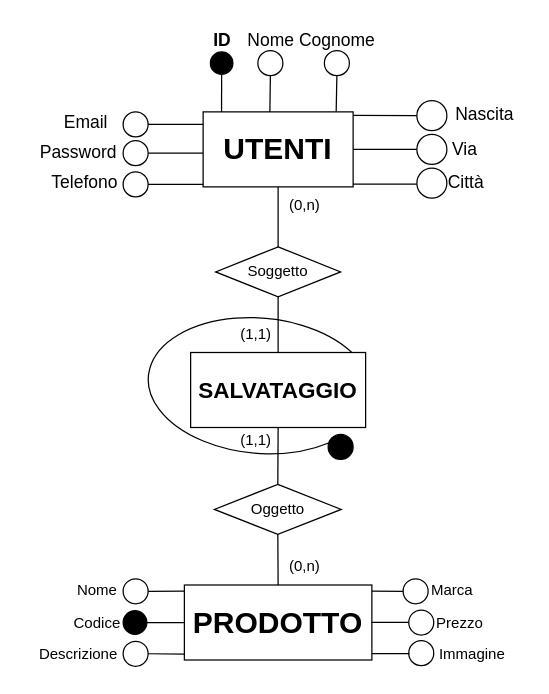
Earlier version of the draw.io diagram Diagramma E-R Database/Zanini_Nathan_Diagramma_E-R_Database_Ristrutturato.drawio (5GI-Zanini-Nathan-2023-2024/Tennis.com). Source tidied: cells renumbered, new cells numbered last; positions are measured from the earlier drawing's top-left corner, leaving out a move shared by most shapes. Both pictures are drawn from the tidied source at 125%, with x=0, y=0 at pixel (21, 21).
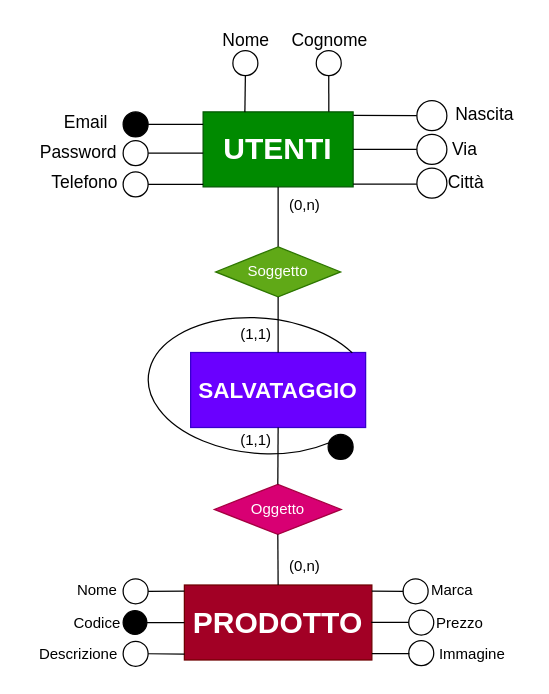
The same diagram, later.

What changed in the source:
```diff
@@
-    <mxCell id="2" value="&lt;b&gt;&lt;font style=&quot;font-size: 24px;&quot;&gt;UTENTI&lt;/font&gt;&lt;/b&gt;" style="rounded=0;whiteSpace=wrap;html=1;" parent="1" vertex="1">
+    <mxCell id="2" value="&lt;b&gt;&lt;font style=&quot;font-size: 24px;&quot;&gt;UTENTI&lt;/font&gt;&lt;/b&gt;" style="rounded=0;whiteSpace=wrap;html=1;fillColor=#008a00;fontColor=#ffffff;strokeColor=#005700;" parent="1" vertex="1">
       <mxGeometry x="145" y="72" width="120" height="60" as="geometry" />
     </mxCell>
-    <mxCell id="3" style="endArrow=none;html=1;rounded=0;entryX=0.5;entryY=1;entryDx=0;entryDy=0;exitX=0.123;exitY=0;exitDx=0;exitDy=0;exitPerimeter=0;" parent="1" edge="1" source="2" target="4">
-      <mxGeometry relative="1" as="geometry" />
-    </mxCell>
-    <mxCell id="4" style="ellipse;whiteSpace=wrap;html=1;fillColor=#000000;" parent="1" vertex="1">
-      <mxGeometry x="150.8" y="24" width="18" height="18" as="geometry" />
-    </mxCell>
-    <mxCell id="5" value="&lt;b&gt;&lt;font style=&quot;font-size: 14px;&quot;&gt;ID&lt;/font&gt;&lt;/b&gt;" style="text;html=1;align=center;verticalAlign=middle;strokeColor=none;fillColor=none;" parent="1" vertex="1">
-      <mxGeometry x="139.8" width="40" height="30" as="geometry" />
-    </mxCell>
     <mxCell id="6" value="&lt;font style=&quot;font-size: 14px;&quot;&gt;Nome&lt;/font&gt;" style="text;html=1;align=center;verticalAlign=middle;strokeColor=none;fillColor=none;" parent="1" vertex="1">
-      <mxGeometry x="168.8" width="60" height="30" as="geometry" />
+      <mxGeometry x="148.8" width="60" height="30" as="geometry" />
     </mxCell>
     <mxCell id="7" value="&lt;font style=&quot;font-size: 14px;&quot;&gt;Cognome&lt;/font&gt;" style="text;html=1;align=center;verticalAlign=middle;strokeColor=none;fillColor=none;" parent="1" vertex="1">
-      <mxGeometry x="212" width="80" height="30" as="geometry" />
+      <mxGeometry x="205.5" width="80" height="30" as="geometry" />
     </mxCell>
@@
-    <mxCell id="14" style="endArrow=none;html=1;rounded=0;exitX=0.887;exitY=-0.005;exitDx=0;exitDy=0;entryX=0.5;entryY=1;entryDx=0;entryDy=0;exitPerimeter=0;" parent="1" edge="1" source="2" target="15">
+    <mxCell id="14" style="endArrow=none;html=1;rounded=0;entryX=0.5;entryY=1;entryDx=0;entryDy=0;exitX=0.838;exitY=-0.001;exitDx=0;exitDy=0;exitPerimeter=0;" parent="1" edge="1" source="2" target="15">
       <mxGeometry relative="1" as="geometry" />
     </mxCell>
     <mxCell id="15" style="ellipse;whiteSpace=wrap;html=1;" parent="1" vertex="1">
-      <mxGeometry x="242" y="23" width="20" height="20" as="geometry" />
+      <mxGeometry x="235.5" y="23" width="20" height="20" as="geometry" />
     </mxCell>
-    <mxCell id="16" style="endArrow=none;html=1;rounded=0;entryX=0.5;entryY=1;entryDx=0;entryDy=0;exitX=0.445;exitY=0.003;exitDx=0;exitDy=0;exitPerimeter=0;" parent="1" edge="1" source="2" target="17">
-      <mxGeometry relative="1" as="geometry" />
+    <mxCell id="16" style="endArrow=none;html=1;rounded=0;entryX=0.5;entryY=1;entryDx=0;entryDy=0;exitX=0.445;exitY=0.003;exitDx=0;exitDy=0;exitPerimeter=0;" parent="1" edge="1" target="17">
+      <mxGeometry relative="1" as="geometry">
+        <mxPoint x="178.4" y="72.2" as="sourcePoint" />
+      </mxGeometry>
     </mxCell>
     <mxCell id="17" style="ellipse;whiteSpace=wrap;html=1;" parent="1" vertex="1">
-      <mxGeometry x="188.8" y="23" width="20" height="20" as="geometry" />
+      <mxGeometry x="168.8" y="23" width="20" height="20" as="geometry" />
     </mxCell>
@@
-    <mxCell id="24" value="&lt;font style=&quot;font-size: 24px;&quot;&gt;&lt;b&gt;PRODOTTO&lt;/b&gt;&lt;/font&gt;" style="rounded=0;whiteSpace=wrap;html=1;" parent="1" vertex="1">
+    <mxCell id="24" value="&lt;font style=&quot;font-size: 24px;&quot;&gt;&lt;b&gt;PRODOTTO&lt;/b&gt;&lt;/font&gt;" style="rounded=0;whiteSpace=wrap;html=1;fillColor=#a20025;fontColor=#ffffff;strokeColor=#6F0000;" parent="1" vertex="1">
       <mxGeometry x="130" y="450.5" width="150" height="60" as="geometry" />
     </mxCell>
@@
-    <mxCell id="34" style="ellipse;whiteSpace=wrap;html=1;" parent="1" vertex="1">
+    <mxCell id="34" style="ellipse;whiteSpace=wrap;html=1;fillColor=#000000;" parent="1" vertex="1">
       <mxGeometry x="81" y="72" width="20" height="20" as="geometry" />
     </mxCell>
@@
-    <mxCell id="52" value="&lt;b&gt;&lt;font style=&quot;font-size: 18px;&quot;&gt;SALVATAGGIO&lt;/font&gt;&lt;/b&gt;" style="whiteSpace=wrap;html=1;" parent="1" vertex="1">
+    <mxCell id="52" value="&lt;b&gt;&lt;font style=&quot;font-size: 18px;&quot;&gt;SALVATAGGIO&lt;/font&gt;&lt;/b&gt;" style="whiteSpace=wrap;html=1;fillColor=#6a00ff;fontColor=#ffffff;strokeColor=#3700CC;" parent="1" vertex="1">
       <mxGeometry x="135" y="264.5" width="140" height="60" as="geometry" />
     </mxCell>
-    <mxCell id="53" value="Oggetto" style="rhombus;whiteSpace=wrap;html=1;" parent="1" vertex="1">
+    <mxCell id="53" value="Oggetto" style="rhombus;whiteSpace=wrap;html=1;fillColor=#d80073;fontColor=#ffffff;strokeColor=#A50040;" parent="1" vertex="1">
       <mxGeometry x="154" y="370" width="101.5" height="40" as="geometry" />
     </mxCell>
-    <mxCell id="54" value="Soggetto" style="rhombus;whiteSpace=wrap;html=1;" parent="1" vertex="1">
+    <mxCell id="54" value="Soggetto" style="rhombus;whiteSpace=wrap;html=1;fillColor=#60a917;fontColor=#ffffff;strokeColor=#2D7600;" parent="1" vertex="1">
       <mxGeometry x="155" y="180" width="100" height="40" as="geometry" />
     </mxCell>
```
